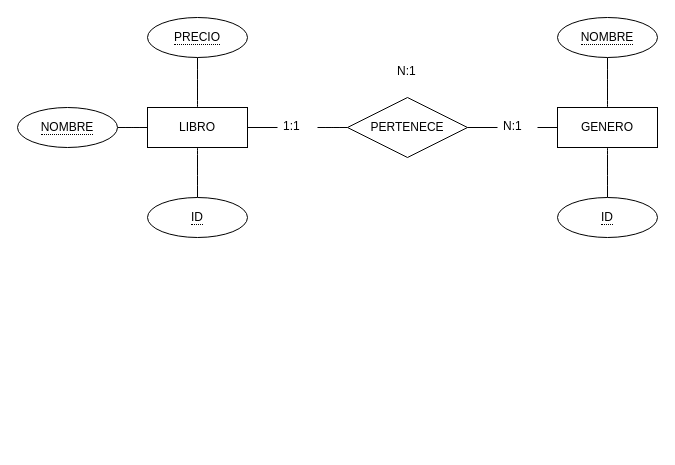
Before: page "Ejemplo 1" (2 of 4) of Relacion_entidad.io.drawio in leoandyaz/Base-de-datos, a draw.io diagram. Source tidied: cells renumbered, new cells numbered last; positions are measured from the earlier drawing's top-left corner, leaving out a move shared by most shapes. Both pictures are drawn from the tidied source at 100%, with x=0, y=0 at pixel (17, 17).
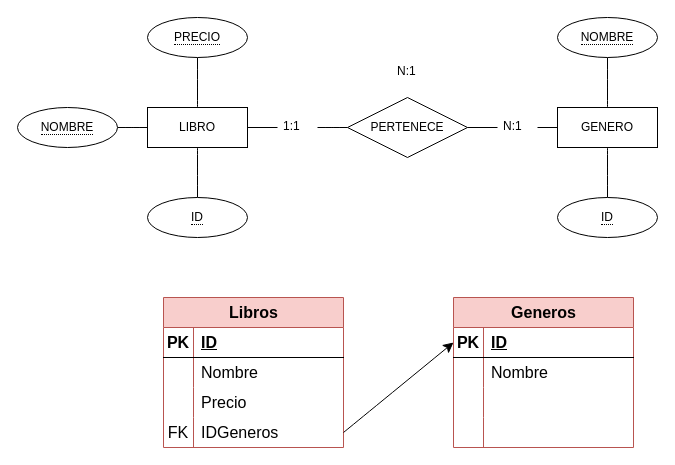
The same page after the edit.

Change to the diagram source:
```diff
@@
+    <mxCell id="22" value="Libros" style="shape=table;startSize=30;childLayout=tableLayout;rowLines=0;fontStyle=1;align=center;html=1;fontSize=16;fillColor=#f8cecc;strokeColor=#b85450;" parent="1" vertex="1">
+      <mxGeometry x="146" y="280" width="180" height="150" as="geometry" />
+    </mxCell>
+    <mxCell id="23" style="shape=tableRow;horizontal=0;startSize=0;swimlaneHead=0;swimlaneBody=0;fillColor=none;top=0;left=0;right=0;bottom=1;fontSize=16;" parent="22" vertex="1">
+      <mxGeometry y="30" width="180" height="30" as="geometry" />
+    </mxCell>
+    <mxCell id="24" value="PK" style="shape=partialRectangle;fillColor=none;top=0;left=0;bottom=0;right=0;fontStyle=1;overflow=hidden;whiteSpace=wrap;html=1;fontSize=16;" parent="23" vertex="1">
+      <mxGeometry width="30" height="30" as="geometry" />
+    </mxCell>
+    <mxCell id="25" value="ID" style="shape=partialRectangle;fillColor=none;top=0;left=0;bottom=0;right=0;align=left;spacingLeft=6;fontStyle=5;overflow=hidden;whiteSpace=wrap;html=1;fontSize=16;" parent="23" vertex="1">
+      <mxGeometry x="30" width="150" height="30" as="geometry" />
+    </mxCell>
+    <mxCell id="26" style="shape=tableRow;horizontal=0;startSize=0;swimlaneHead=0;swimlaneBody=0;fillColor=none;top=0;left=0;right=0;bottom=0;fontSize=16;" parent="22" vertex="1">
+      <mxGeometry y="60" width="180" height="30" as="geometry" />
+    </mxCell>
+    <mxCell id="27" style="shape=partialRectangle;fillColor=none;top=0;left=0;bottom=0;right=0;overflow=hidden;whiteSpace=wrap;html=1;fontSize=16;" parent="26" vertex="1">
+      <mxGeometry width="30" height="30" as="geometry" />
+    </mxCell>
+    <mxCell id="28" value="Nombre" style="shape=partialRectangle;fillColor=none;top=0;left=0;bottom=0;right=0;align=left;spacingLeft=6;overflow=hidden;whiteSpace=wrap;html=1;fontSize=16;" parent="26" vertex="1">
+      <mxGeometry x="30" width="150" height="30" as="geometry" />
+    </mxCell>
+    <mxCell id="29" style="shape=tableRow;horizontal=0;startSize=0;swimlaneHead=0;swimlaneBody=0;fillColor=none;top=0;left=0;right=0;bottom=0;fontSize=16;" parent="22" vertex="1">
+      <mxGeometry y="90" width="180" height="30" as="geometry" />
+    </mxCell>
+    <mxCell id="30" style="shape=partialRectangle;fillColor=none;top=0;left=0;bottom=0;right=0;overflow=hidden;whiteSpace=wrap;html=1;fontSize=16;" parent="29" vertex="1">
+      <mxGeometry width="30" height="30" as="geometry" />
+    </mxCell>
+    <mxCell id="31" value="Precio" style="shape=partialRectangle;fillColor=none;top=0;left=0;bottom=0;right=0;align=left;spacingLeft=6;overflow=hidden;whiteSpace=wrap;html=1;fontSize=16;" parent="29" vertex="1">
+      <mxGeometry x="30" width="150" height="30" as="geometry" />
+    </mxCell>
+    <mxCell id="32" style="shape=tableRow;horizontal=0;startSize=0;swimlaneHead=0;swimlaneBody=0;fillColor=none;points=[[0,0.5],[1,0.5]];portConstraint=eastwest;top=0;left=0;right=0;bottom=0;fontSize=16;" parent="22" vertex="1">
+      <mxGeometry y="120" width="180" height="30" as="geometry" />
+    </mxCell>
+    <mxCell id="33" value="FK" style="shape=partialRectangle;fillColor=none;top=0;left=0;bottom=0;right=0;overflow=hidden;whiteSpace=wrap;html=1;fontSize=16;" parent="32" vertex="1">
+      <mxGeometry width="30" height="30" as="geometry" />
+    </mxCell>
+    <mxCell id="34" value="IDGeneros" style="shape=partialRectangle;fillColor=none;top=0;left=0;bottom=0;right=0;align=left;spacingLeft=6;overflow=hidden;whiteSpace=wrap;html=1;fontSize=16;" parent="32" vertex="1">
+      <mxGeometry x="30" width="150" height="30" as="geometry" />
+    </mxCell>
+    <mxCell id="35" value="Generos" style="shape=table;startSize=30;childLayout=tableLayout;rowLines=0;fontStyle=1;align=center;html=1;fontSize=16;fillColor=#f8cecc;strokeColor=#b85450;" parent="1" vertex="1">
+      <mxGeometry x="436" y="280" width="180" height="150" as="geometry" />
+    </mxCell>
+    <mxCell id="36" style="shape=tableRow;horizontal=0;startSize=0;swimlaneHead=0;swimlaneBody=0;fillColor=none;points=[[0,0.5],[1,0.5]];portConstraint=eastwest;top=0;left=0;right=0;bottom=1;fontSize=16;" parent="35" vertex="1">
+      <mxGeometry y="30" width="180" height="30" as="geometry" />
+    </mxCell>
+    <mxCell id="37" value="PK" style="shape=partialRectangle;fillColor=none;top=0;left=0;bottom=0;right=0;fontStyle=1;overflow=hidden;whiteSpace=wrap;html=1;fontSize=16;" parent="36" vertex="1">
+      <mxGeometry width="30" height="30" as="geometry" />
+    </mxCell>
+    <mxCell id="38" value="ID" style="shape=partialRectangle;fillColor=none;top=0;left=0;bottom=0;right=0;align=left;spacingLeft=6;fontStyle=5;overflow=hidden;whiteSpace=wrap;html=1;fontSize=16;" parent="36" vertex="1">
+      <mxGeometry x="30" width="150" height="30" as="geometry" />
+    </mxCell>
+    <mxCell id="39" style="shape=tableRow;horizontal=0;startSize=0;swimlaneHead=0;swimlaneBody=0;fillColor=none;top=0;left=0;right=0;bottom=0;fontSize=16;" parent="35" vertex="1">
+      <mxGeometry y="60" width="180" height="30" as="geometry" />
+    </mxCell>
+    <mxCell id="40" style="shape=partialRectangle;fillColor=none;top=0;left=0;bottom=0;right=0;overflow=hidden;whiteSpace=wrap;html=1;fontSize=16;" parent="39" vertex="1">
+      <mxGeometry width="30" height="30" as="geometry" />
+    </mxCell>
+    <mxCell id="41" value="Nombre" style="shape=partialRectangle;fillColor=none;top=0;left=0;bottom=0;right=0;align=left;spacingLeft=6;overflow=hidden;whiteSpace=wrap;html=1;fontSize=16;" parent="39" vertex="1">
+      <mxGeometry x="30" width="150" height="30" as="geometry" />
+    </mxCell>
+    <mxCell id="42" style="shape=tableRow;horizontal=0;startSize=0;swimlaneHead=0;swimlaneBody=0;fillColor=none;top=0;left=0;right=0;bottom=0;fontSize=16;" parent="35" vertex="1">
+      <mxGeometry y="90" width="180" height="30" as="geometry" />
+    </mxCell>
+    <mxCell id="43" style="shape=partialRectangle;fillColor=none;top=0;left=0;bottom=0;right=0;overflow=hidden;whiteSpace=wrap;html=1;fontSize=16;" parent="42" vertex="1">
+      <mxGeometry width="30" height="30" as="geometry" />
+    </mxCell>
+    <mxCell id="44" style="shape=partialRectangle;fillColor=none;top=0;left=0;bottom=0;right=0;align=left;spacingLeft=6;overflow=hidden;whiteSpace=wrap;html=1;fontSize=16;" parent="42" vertex="1">
+      <mxGeometry x="30" width="150" height="30" as="geometry" />
+    </mxCell>
+    <mxCell id="45" style="shape=tableRow;horizontal=0;startSize=0;swimlaneHead=0;swimlaneBody=0;fillColor=none;top=0;left=0;right=0;bottom=0;fontSize=16;" parent="35" vertex="1">
+      <mxGeometry y="120" width="180" height="30" as="geometry" />
+    </mxCell>
+    <mxCell id="46" style="shape=partialRectangle;fillColor=none;top=0;left=0;bottom=0;right=0;overflow=hidden;whiteSpace=wrap;html=1;fontSize=16;" parent="45" vertex="1">
+      <mxGeometry width="30" height="30" as="geometry" />
+    </mxCell>
+    <mxCell id="47" style="shape=partialRectangle;fillColor=none;top=0;left=0;bottom=0;right=0;align=left;spacingLeft=6;overflow=hidden;whiteSpace=wrap;html=1;fontSize=16;" parent="45" vertex="1">
+      <mxGeometry x="30" width="150" height="30" as="geometry" />
+    </mxCell>
+    <mxCell id="48" style="edgeStyle=none;curved=1;rounded=0;jettySize=auto;html=1;entryX=0;entryY=0.5;entryDx=0;entryDy=0;fontSize=12;startSize=8;endSize=8;exitX=1;exitY=0.5;exitDx=0;exitDy=0;" parent="1" edge="1" source="32" target="36">
+      <mxGeometry relative="1" as="geometry" />
+    </mxCell>
```
